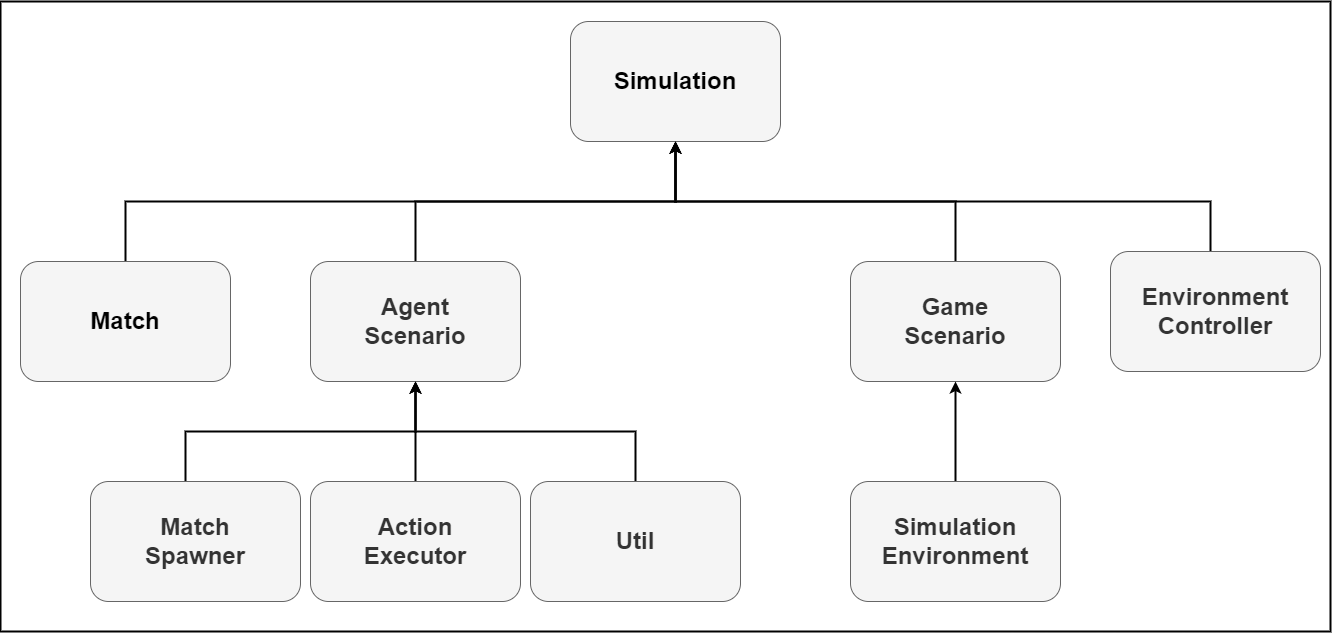
This is docs/images/simulation_scheme.png from UM-LPM/GIANT, a draw.io export, as it was before one commit. Source tidied: cells renumbered, new cells last; positions are measured from the earlier drawing's top-left corner, leaving out a move shared by most shapes.
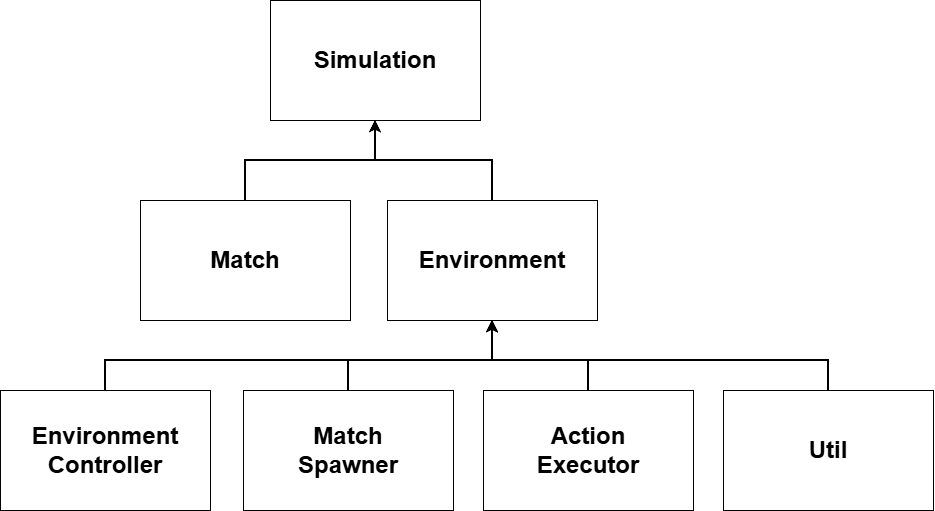
After the change.

The edit, as a diff of the source:
```diff
@@ -2,84 +2,64 @@
   <root>
     <mxCell id="0" />
     <mxCell id="1" parent="0" />
-    <mxCell id="2" value="&lt;h1 style=&quot;line-height: 120%; font-size: 24px;&quot;&gt;&lt;br&gt;&lt;/h1&gt;" style="rounded=0;whiteSpace=wrap;html=1;align=left;verticalAlign=top;glass=0;shadow=0;fontSize=24;labelPosition=center;verticalLabelPosition=middle;spacing=2;spacingLeft=12;fillColor=none;gradientColor=#b3b3b3;strokeColor=#000000;strokeWidth=2;" parent="1" vertex="1">
-      <mxGeometry width="1330" height="630" as="geometry" />
-    </mxCell>
-    <mxCell id="3" value="&lt;font size=&quot;1&quot; color=&quot;#000000&quot;&gt;&lt;b style=&quot;font-size: 24px;&quot;&gt;Simulation&lt;/b&gt;&lt;/font&gt;" style="rounded=1;whiteSpace=wrap;html=1;fillColor=#f5f5f5;fontColor=#333333;strokeColor=#666666;" parent="1" vertex="1">
-      <mxGeometry x="570" y="20" width="210" height="120" as="geometry" />
+    <mxCell id="3" value="&lt;font size=&quot;1&quot; color=&quot;#000000&quot;&gt;&lt;b style=&quot;font-size: 24px;&quot;&gt;Simulation&lt;/b&gt;&lt;/font&gt;" style="rounded=0;whiteSpace=wrap;html=1;fillColor=#FFFFFF;strokeColor=#000000;" parent="1" vertex="1">
+      <mxGeometry x="-60" y="220" width="210" height="120" as="geometry" />
     </mxCell>
-    <mxCell id="4" style="edgeStyle=orthogonalEdgeStyle;rounded=0;jettySize=auto;html=1;exitX=0.5;exitY=0;exitDx=0;exitDy=0;entryX=0.5;entryY=1;entryDx=0;entryDy=0;strokeWidth=2;" parent="1" edge="1" source="5" target="3">
-      <mxGeometry relative="1" as="geometry" />
-    </mxCell>
-    <mxCell id="5" value="&lt;span style=&quot;font-size: 24px;&quot;&gt;&lt;b&gt;Agent&lt;/b&gt;&lt;/span&gt;&lt;div&gt;&lt;span style=&quot;font-size: 24px;&quot;&gt;&lt;b&gt;Scenario&lt;/b&gt;&lt;/span&gt;&lt;/div&gt;" style="rounded=1;whiteSpace=wrap;html=1;fillColor=#f5f5f5;fontColor=#333333;strokeColor=#666666;" parent="1" vertex="1">
-      <mxGeometry x="310" y="260" width="210" height="120" as="geometry" />
-    </mxCell>
-    <mxCell id="6" style="edgeStyle=orthogonalEdgeStyle;rounded=0;jettySize=auto;html=1;strokeWidth=2;" parent="1" edge="1" source="7" target="5">
-      <mxGeometry relative="1" as="geometry">
-        <Array as="points">
-          <mxPoint x="185" y="430" />
-          <mxPoint x="415" y="430" />
-        </Array>
-      </mxGeometry>
-    </mxCell>
-    <mxCell id="7" value="&lt;span style=&quot;font-size: 24px;&quot;&gt;&lt;b&gt;Match&lt;/b&gt;&lt;/span&gt;&lt;div&gt;&lt;span style=&quot;font-size: 24px;&quot;&gt;&lt;b&gt;Spawner&lt;/b&gt;&lt;/span&gt;&lt;/div&gt;" style="rounded=1;whiteSpace=wrap;html=1;fillColor=#f5f5f5;fontColor=#333333;strokeColor=#666666;" parent="1" vertex="1">
-      <mxGeometry x="90" y="480" width="210" height="120" as="geometry" />
-    </mxCell>
+    <mxCell id="20" style="edgeStyle=orthogonalEdgeStyle;rounded=0;jettySize=auto;html=1;strokeWidth=2;" parent="1" edge="1" source="21" target="3">
+      <mxGeometry relative="1" as="geometry" />
+    </mxCell>
+    <mxCell id="21" value="&lt;font size=&quot;1&quot; color=&quot;#000000&quot;&gt;&lt;b style=&quot;font-size: 24px;&quot;&gt;Environment&lt;/b&gt;&lt;/font&gt;" style="rounded=0;whiteSpace=wrap;html=1;fillColor=#FFFFFF;strokeColor=#000000;" parent="1" vertex="1">
+      <mxGeometry x="57" y="420" width="210" height="120" as="geometry" />
+    </mxCell>
     <mxCell id="8" style="edgeStyle=orthogonalEdgeStyle;rounded=0;jettySize=auto;html=1;strokeWidth=2;" parent="1" edge="1" source="9" target="3">
-      <mxGeometry relative="1" as="geometry">
-        <Array as="points">
-          <mxPoint x="125" y="200" />
-          <mxPoint x="675" y="200" />
-        </Array>
-      </mxGeometry>
+      <mxGeometry relative="1" as="geometry" />
     </mxCell>
-    <mxCell id="9" value="&lt;font size=&quot;1&quot; color=&quot;#000000&quot;&gt;&lt;b style=&quot;font-size: 24px;&quot;&gt;Match&lt;/b&gt;&lt;/font&gt;" style="rounded=1;whiteSpace=wrap;html=1;fillColor=#f5f5f5;fontColor=#333333;strokeColor=#666666;" parent="1" vertex="1">
-      <mxGeometry x="20" y="260" width="210" height="120" as="geometry" />
+    <mxCell id="9" value="&lt;span style=&quot;font-size: 24px;&quot;&gt;&lt;b&gt;Match&lt;/b&gt;&lt;/span&gt;" style="rounded=0;whiteSpace=wrap;html=1;fillColor=#FFFFFF;strokeColor=#000000;" parent="1" vertex="1">
+      <mxGeometry x="-190" y="420" width="210" height="120" as="geometry" />
     </mxCell>
-    <mxCell id="10" style="edgeStyle=orthogonalEdgeStyle;rounded=0;jettySize=auto;html=1;strokeWidth=2;" parent="1" edge="1" source="11" target="5">
-      <mxGeometry relative="1" as="geometry" />
-    </mxCell>
+    <mxCell id="22" style="edgeStyle=orthogonalEdgeStyle;rounded=0;jettySize=auto;html=1;strokeWidth=2;" parent="1" edge="1" source="19" target="21">
+      <mxGeometry relative="1" as="geometry">
+        <Array as="points">
+          <mxPoint x="-225" y="580" />
+          <mxPoint x="162" y="580" />
+        </Array>
+      </mxGeometry>
+    </mxCell>
+    <mxCell id="19" value="&lt;font size=&quot;1&quot; color=&quot;#000000&quot;&gt;&lt;b style=&quot;font-size: 24px;&quot;&gt;Environment&lt;/b&gt;&lt;/font&gt;&lt;div&gt;&lt;font size=&quot;1&quot; color=&quot;#000000&quot;&gt;&lt;b style=&quot;font-size: 24px;&quot;&gt;Controller&lt;/b&gt;&lt;/font&gt;&lt;/div&gt;" style="rounded=0;whiteSpace=wrap;html=1;fillColor=#FFFFFF;strokeColor=#000000;" parent="1" vertex="1">
+      <mxGeometry x="-330" y="610" width="210" height="120" as="geometry" />
+    </mxCell>
+    <mxCell id="23" style="edgeStyle=orthogonalEdgeStyle;rounded=0;jettySize=auto;html=1;strokeWidth=2;" parent="1" edge="1" source="7" target="21">
+      <mxGeometry relative="1" as="geometry">
+        <Array as="points">
+          <mxPoint x="18" y="580" />
+          <mxPoint x="162" y="580" />
+        </Array>
+      </mxGeometry>
+    </mxCell>
+    <mxCell id="7" value="&lt;span style=&quot;font-size: 24px;&quot;&gt;&lt;b&gt;Match&lt;/b&gt;&lt;/span&gt;&lt;div&gt;&lt;span style=&quot;font-size: 24px;&quot;&gt;&lt;b&gt;Spawner&lt;/b&gt;&lt;/span&gt;&lt;/div&gt;" style="rounded=0;whiteSpace=wrap;html=1;fillColor=#FFFFFF;strokeColor=#000000;" parent="1" vertex="1">
+      <mxGeometry x="-87" y="610" width="210" height="120" as="geometry" />
+    </mxCell>
+    <mxCell id="24" style="edgeStyle=orthogonalEdgeStyle;rounded=0;jettySize=auto;html=1;strokeWidth=2;" parent="1" edge="1" source="11" target="21">
+      <mxGeometry relative="1" as="geometry">
+        <Array as="points">
+          <mxPoint x="258" y="580" />
+          <mxPoint x="162" y="580" />
+        </Array>
+      </mxGeometry>
+    </mxCell>
-    <mxCell id="11" value="&lt;span style=&quot;font-size: 24px;&quot;&gt;&lt;b&gt;Action&lt;/b&gt;&lt;/span&gt;&lt;div&gt;&lt;span style=&quot;font-size: 24px;&quot;&gt;&lt;b&gt;Executor&lt;/b&gt;&lt;/span&gt;&lt;/div&gt;" style="rounded=1;whiteSpace=wrap;html=1;fillColor=#f5f5f5;fontColor=#333333;strokeColor=#666666;" parent="1" vertex="1">
-      <mxGeometry x="310" y="480" width="210" height="120" as="geometry" />
+    <mxCell id="11" value="&lt;span style=&quot;font-size: 24px;&quot;&gt;&lt;b&gt;Action&lt;/b&gt;&lt;/span&gt;&lt;div&gt;&lt;span style=&quot;font-size: 24px;&quot;&gt;&lt;b&gt;Executor&lt;/b&gt;&lt;/span&gt;&lt;/div&gt;" style="rounded=0;whiteSpace=wrap;html=1;fillColor=#FFFFFF;strokeColor=#000000;" parent="1" vertex="1">
+      <mxGeometry x="153" y="610" width="210" height="120" as="geometry" />
     </mxCell>
-    <mxCell id="12" style="edgeStyle=orthogonalEdgeStyle;rounded=0;jettySize=auto;html=1;strokeWidth=2;" parent="1" edge="1" source="13" target="5">
-      <mxGeometry relative="1" as="geometry">
-        <Array as="points">
-          <mxPoint x="635" y="430" />
-          <mxPoint x="415" y="430" />
-        </Array>
-      </mxGeometry>
-    </mxCell>
+    <mxCell id="25" style="edgeStyle=orthogonalEdgeStyle;rounded=0;jettySize=auto;html=1;strokeWidth=2;" parent="1" edge="1" source="13" target="21">
+      <mxGeometry relative="1" as="geometry">
+        <Array as="points">
+          <mxPoint x="498" y="580" />
+          <mxPoint x="162" y="580" />
+        </Array>
+      </mxGeometry>
+    </mxCell>
-    <mxCell id="13" value="&lt;span style=&quot;font-size: 24px;&quot;&gt;&lt;b&gt;Util&lt;/b&gt;&lt;/span&gt;" style="rounded=1;whiteSpace=wrap;html=1;fillColor=#f5f5f5;fontColor=#333333;strokeColor=#666666;" parent="1" vertex="1">
-      <mxGeometry x="530" y="480" width="210" height="120" as="geometry" />
+    <mxCell id="13" value="&lt;span style=&quot;font-size: 24px;&quot;&gt;&lt;b&gt;Util&lt;/b&gt;&lt;/span&gt;" style="rounded=0;whiteSpace=wrap;html=1;fillColor=#FFFFFF;strokeColor=#000000;" parent="1" vertex="1">
+      <mxGeometry x="393" y="610" width="210" height="120" as="geometry" />
     </mxCell>
-    <mxCell id="14" style="edgeStyle=orthogonalEdgeStyle;rounded=0;jettySize=auto;html=1;strokeWidth=2;" parent="1" edge="1" source="15" target="3">
-      <mxGeometry relative="1" as="geometry">
-        <Array as="points">
-          <mxPoint x="955" y="200" />
-          <mxPoint x="675" y="200" />
-        </Array>
-      </mxGeometry>
-    </mxCell>
-    <mxCell id="15" value="&lt;span style=&quot;font-size: 24px;&quot;&gt;&lt;b&gt;Game&lt;/b&gt;&lt;/span&gt;&lt;div&gt;&lt;span style=&quot;font-size: 24px;&quot;&gt;&lt;b&gt;Scenario&lt;/b&gt;&lt;/span&gt;&lt;/div&gt;" style="rounded=1;whiteSpace=wrap;html=1;fillColor=#f5f5f5;fontColor=#333333;strokeColor=#666666;" parent="1" vertex="1">
-      <mxGeometry x="850" y="260" width="210" height="120" as="geometry" />
-    </mxCell>
-    <mxCell id="16" style="edgeStyle=orthogonalEdgeStyle;rounded=0;jettySize=auto;html=1;strokeWidth=2;" parent="1" edge="1" source="17" target="15">
-      <mxGeometry relative="1" as="geometry" />
-    </mxCell>
-    <mxCell id="17" value="&lt;span style=&quot;font-size: 24px;&quot;&gt;&lt;b&gt;Simulation&lt;/b&gt;&lt;/span&gt;&lt;div&gt;&lt;span style=&quot;font-size: 24px;&quot;&gt;&lt;b&gt;Environment&lt;/b&gt;&lt;/span&gt;&lt;/div&gt;" style="rounded=1;whiteSpace=wrap;html=1;fillColor=#f5f5f5;fontColor=#333333;strokeColor=#666666;" parent="1" vertex="1">
-      <mxGeometry x="850" y="480" width="210" height="120" as="geometry" />
-    </mxCell>
-    <mxCell id="18" style="edgeStyle=orthogonalEdgeStyle;rounded=0;jettySize=auto;html=1;strokeWidth=2;" parent="1" edge="1" source="19" target="3">
-      <mxGeometry relative="1" as="geometry">
-        <Array as="points">
-          <mxPoint x="1210" y="200" />
-          <mxPoint x="675" y="200" />
-        </Array>
-      </mxGeometry>
-    </mxCell>
-    <mxCell id="19" value="&lt;span style=&quot;font-size: 24px;&quot;&gt;&lt;b&gt;Environment&lt;/b&gt;&lt;/span&gt;&lt;div&gt;&lt;span style=&quot;font-size: 24px;&quot;&gt;&lt;b&gt;Controller&lt;/b&gt;&lt;/span&gt;&lt;/div&gt;" style="rounded=1;whiteSpace=wrap;html=1;fillColor=#f5f5f5;fontColor=#333333;strokeColor=#666666;" parent="1" vertex="1">
-      <mxGeometry x="1110" y="250" width="210" height="120" as="geometry" />
-    </mxCell>
   </root>
 </mxGraphModel>
```
